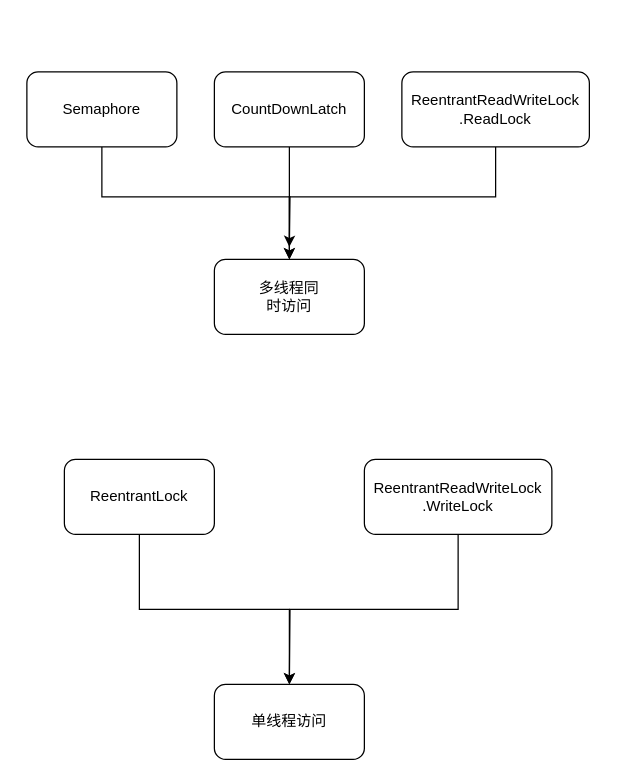
abigalexy/online_drawing keeps this draw.io diagram as pocess_diagram/共享与独占模式对比.drawio. Above is the earlier version. Source tidied: cells renumbered, new cells numbered last; positions are measured from the earlier drawing's top-left corner, leaving out a move shared by most shapes. Both pictures are drawn from the tidied source at 125%, with x=0, y=0 at pixel (26, 71).
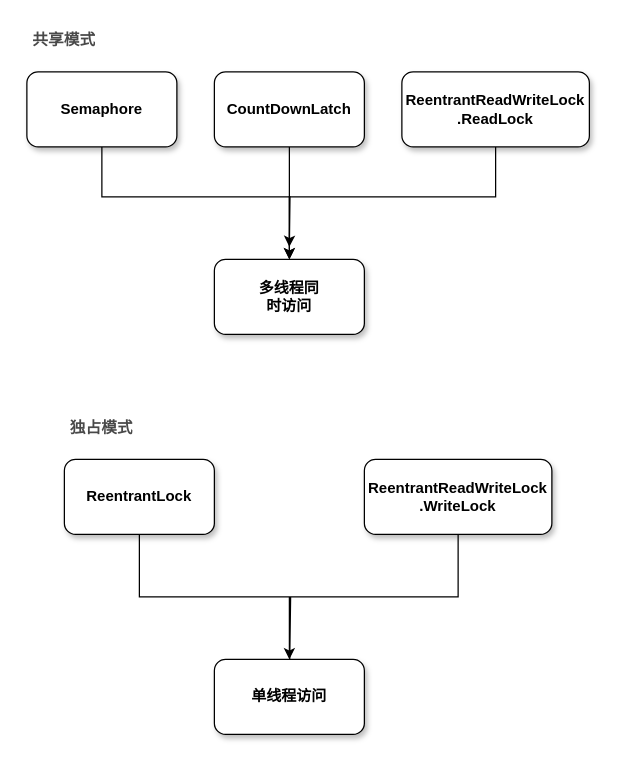
Above is the later version.

Commit message:
更新共享与独占模式对比.drawio

Unchanged cells that the change refers to:
```xml
<mxCell id="12" style="group;" parent="1" vertex="1">
  <mxGeometry x="300" width="150" height="60" as="geometry" />
</mxCell>
```

Change to the diagram source:
```diff
@@
-    <mxCell id="3" style="rounded=1;whiteSpace=wrap;html=1;" parent="1" vertex="1">
+    <mxCell id="3" style="rounded=1;whiteSpace=wrap;html=1;shadow=1;" parent="1" vertex="1">
       <mxGeometry width="120" height="60" as="geometry" />
     </mxCell>
-    <mxCell id="4" style="rounded=1;whiteSpace=wrap;html=1;" parent="1" vertex="1">
+    <mxCell id="4" style="rounded=1;whiteSpace=wrap;html=1;shadow=1;" parent="1" vertex="1">
       <mxGeometry x="150" width="120" height="60" as="geometry" />
     </mxCell>
-    <mxCell id="5" value="Semaphore" style="text;strokeColor=none;align=center;fillColor=none;html=1;verticalAlign=middle;whiteSpace=wrap;rounded=0;" parent="1" vertex="1">
+    <mxCell id="5" value="&lt;b&gt;Semaphore&lt;/b&gt;" style="text;strokeColor=none;align=center;fillColor=none;html=1;verticalAlign=middle;whiteSpace=wrap;rounded=0;" parent="1" vertex="1">
       <mxGeometry x="30" y="15" width="60" height="30" as="geometry" />
     </mxCell>
@@
-    <mxCell id="7" value="CountDownLatch" style="text;strokeColor=none;align=center;fillColor=none;html=1;verticalAlign=middle;whiteSpace=wrap;rounded=0;" parent="1" vertex="1">
+    <mxCell id="7" value="&lt;b&gt;CountDownLatch&lt;/b&gt;" style="text;strokeColor=none;align=center;fillColor=none;html=1;verticalAlign=middle;whiteSpace=wrap;rounded=0;" parent="1" vertex="1">
       <mxGeometry x="155" y="15" width="110" height="30" as="geometry" />
     </mxCell>
-    <mxCell id="8" style="rounded=1;whiteSpace=wrap;html=1;" parent="1" vertex="1">
+    <mxCell id="8" style="rounded=1;whiteSpace=wrap;html=1;shadow=1;" parent="1" vertex="1">
       <mxGeometry x="150" y="150" width="120" height="60" as="geometry" />
     </mxCell>
-    <mxCell id="9" value="多线程同时访问" style="text;strokeColor=none;align=center;fillColor=none;html=1;verticalAlign=middle;whiteSpace=wrap;rounded=0;" parent="1" vertex="1">
+    <mxCell id="9" value="&lt;b&gt;多线程同时访问&lt;/b&gt;" style="text;strokeColor=none;align=center;fillColor=none;html=1;verticalAlign=middle;whiteSpace=wrap;rounded=0;" parent="1" vertex="1">
       <mxGeometry x="180" y="165" width="60" height="30" as="geometry" />
     </mxCell>
@@
-    <mxCell id="11" style="rounded=1;whiteSpace=wrap;html=1;" parent="1" vertex="1">
+    <mxCell id="11" style="rounded=1;whiteSpace=wrap;html=1;shadow=1;" parent="1" vertex="1">
       <mxGeometry x="30" y="310" width="120" height="60" as="geometry" />
     </mxCell>
@@
-    <mxCell id="13" style="rounded=1;whiteSpace=wrap;html=1;" parent="12" vertex="1">
+    <mxCell id="13" style="rounded=1;whiteSpace=wrap;html=1;shadow=1;" parent="12" vertex="1">
       <mxGeometry width="150" height="60" as="geometry" />
     </mxCell>
-    <mxCell id="14" value="ReentrantReadWriteLock&lt;div&gt;.ReadLock&lt;/div&gt;" style="text;strokeColor=none;align=center;fillColor=none;html=1;verticalAlign=middle;whiteSpace=wrap;rounded=0;" parent="12" vertex="1">
+    <mxCell id="14" value="&lt;b&gt;ReentrantReadWriteLock&lt;/b&gt;&lt;div&gt;&lt;b&gt;.ReadLock&lt;/b&gt;&lt;/div&gt;" style="text;strokeColor=none;align=center;fillColor=none;html=1;verticalAlign=middle;whiteSpace=wrap;rounded=0;" parent="12" vertex="1">
       <mxGeometry x="5" y="10" width="140" height="40" as="geometry" />
     </mxCell>
-    <mxCell id="15" value="ReentrantLock" style="text;strokeColor=none;align=center;fillColor=none;html=1;verticalAlign=middle;whiteSpace=wrap;rounded=0;" parent="1" vertex="1">
+    <mxCell id="15" value="&lt;b&gt;ReentrantLock&lt;/b&gt;" style="text;strokeColor=none;align=center;fillColor=none;html=1;verticalAlign=middle;whiteSpace=wrap;rounded=0;" parent="1" vertex="1">
       <mxGeometry x="45" y="325" width="90" height="30" as="geometry" />
     </mxCell>
     <mxCell id="16" style="edgeStyle=orthogonalEdgeStyle;rounded=0;jettySize=auto;html=1;exitX=0.5;exitY=1;exitDx=0;exitDy=0;" parent="1" edge="1" source="17">
       <mxGeometry relative="1" as="geometry">
         <mxPoint x="210" y="490" as="targetPoint" />
+        <Array as="points">
+          <mxPoint x="345" y="420" />
+          <mxPoint x="211" y="420" />
+        </Array>
       </mxGeometry>
     </mxCell>
-    <mxCell id="17" style="rounded=1;whiteSpace=wrap;html=1;" parent="1" vertex="1">
+    <mxCell id="17" style="rounded=1;whiteSpace=wrap;html=1;shadow=1;" parent="1" vertex="1">
       <mxGeometry x="270" y="310" width="150" height="60" as="geometry" />
     </mxCell>
-    <mxCell id="18" value="ReentrantReadWriteLock&lt;div&gt;.WriteLock&lt;/div&gt;" style="text;strokeColor=none;align=center;fillColor=none;html=1;verticalAlign=middle;whiteSpace=wrap;rounded=0;" parent="1" vertex="1">
+    <mxCell id="18" value="&lt;b&gt;ReentrantReadWriteLock&lt;/b&gt;&lt;div&gt;&lt;b&gt;.WriteLock&lt;/b&gt;&lt;/div&gt;" style="text;strokeColor=none;align=center;fillColor=none;html=1;verticalAlign=middle;whiteSpace=wrap;rounded=0;" parent="1" vertex="1">
       <mxGeometry x="275" y="320" width="140" height="40" as="geometry" />
     </mxCell>
-    <mxCell id="19" style="rounded=1;whiteSpace=wrap;html=1;" parent="1" vertex="1">
-      <mxGeometry x="150" y="490" width="120" height="60" as="geometry" />
+    <mxCell id="19" style="rounded=1;whiteSpace=wrap;html=1;shadow=1;" parent="1" vertex="1">
+      <mxGeometry x="150" y="470" width="120" height="60" as="geometry" />
     </mxCell>
@@
-    <mxCell id="21" value="单线程访问" style="text;strokeColor=none;align=center;fillColor=none;html=1;verticalAlign=middle;whiteSpace=wrap;rounded=0;" parent="1" vertex="1">
-      <mxGeometry x="175" y="505" width="70" height="30" as="geometry" />
+    <mxCell id="21" value="&lt;b&gt;单线程访问&lt;/b&gt;" style="text;strokeColor=none;align=center;fillColor=none;html=1;verticalAlign=middle;whiteSpace=wrap;rounded=0;" parent="1" vertex="1">
+      <mxGeometry x="175" y="485" width="70" height="30" as="geometry" />
     </mxCell>
+    <mxCell id="22" value="&lt;pre style=&quot;font-family: var(--ds-font-family-code); overflow: auto; padding: calc(var(--ds-md-zoom)*8px)calc(var(--ds-md-zoom)*12px); text-wrap: wrap; word-break: break-all; color: rgb(73, 73, 73); font-size: 12.573px; text-align: start; margin-top: 0px !important; margin-bottom: 0px !important;&quot;&gt;&lt;b&gt;独占模式&lt;/b&gt;&lt;/pre&gt;" style="text;strokeColor=none;align=center;fillColor=none;html=1;verticalAlign=middle;whiteSpace=wrap;rounded=0;" parent="1" vertex="1">
+      <mxGeometry x="30" y="270" width="60" height="30" as="geometry" />
+    </mxCell>
+    <mxCell id="23" value="&lt;pre style=&quot;font-family: var(--ds-font-family-code); overflow: auto; padding: calc(var(--ds-md-zoom)*8px)calc(var(--ds-md-zoom)*12px); text-wrap: wrap; word-break: break-all; color: rgb(73, 73, 73); font-size: 12.573px; text-align: start; margin-top: 0px !important; margin-bottom: 0px !important;&quot;&gt;&lt;b&gt;共享模式&lt;/b&gt;&lt;/pre&gt;" style="text;strokeColor=none;align=center;fillColor=none;html=1;verticalAlign=middle;whiteSpace=wrap;rounded=0;" parent="1" vertex="1">
+      <mxGeometry y="-40" width="60" height="30" as="geometry" />
+    </mxCell>
```
